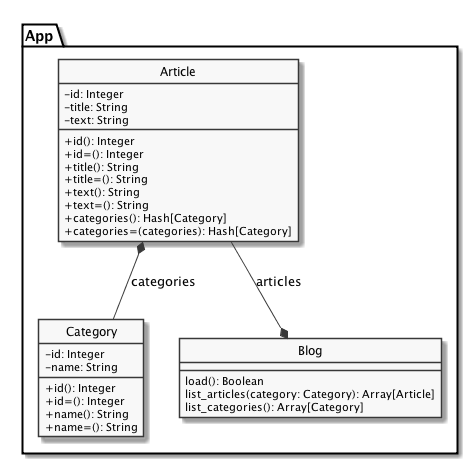
This is classroom/ruby/blog/doc/blog.png from mayermatheus/dafrad, a PlantUML export, as it was before one commit.
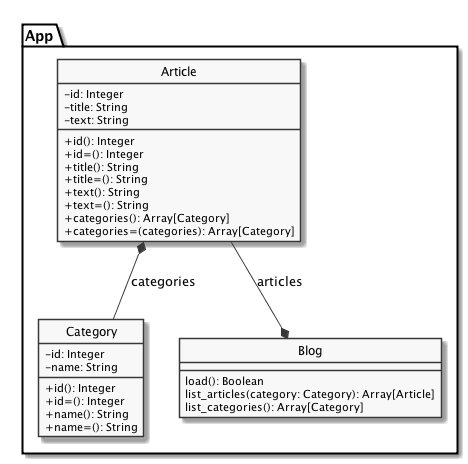
The same file after the commit.

Commit message:
init blog

Diff of the diagram source:
```diff
@@ -24,8 +24,8 @@
       +title=(): String
       +text(): String
       +text=(): String
-      +categories(): Hash[Category]
-      +categories=(categories): Hash[Category]
+      +categories(): Array[Category]
+      +categories=(categories): Array[Category]
     }
 
     class Category{
```
